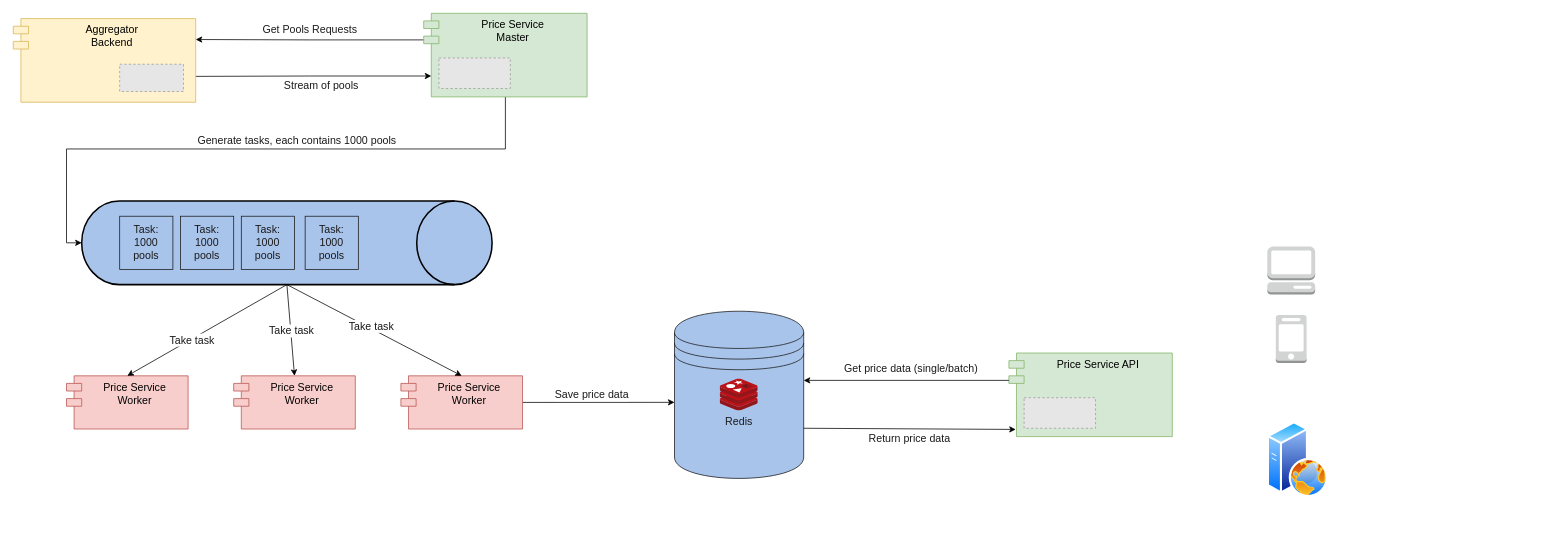
piavgh/draw.io-data keeps this draw.io diagram as Price Service Diagram.drawio. Above is the earlier version. Source tidied: cells renumbered, new cells numbered last; positions are measured from the earlier drawing's top-left corner, leaving out a move shared by most shapes. Both pictures are drawn from the tidied source at 76%, with x=0, y=0 at pixel (13, 13). Pictures stored in the file or linked from it are replaced by grey dashed boxes.
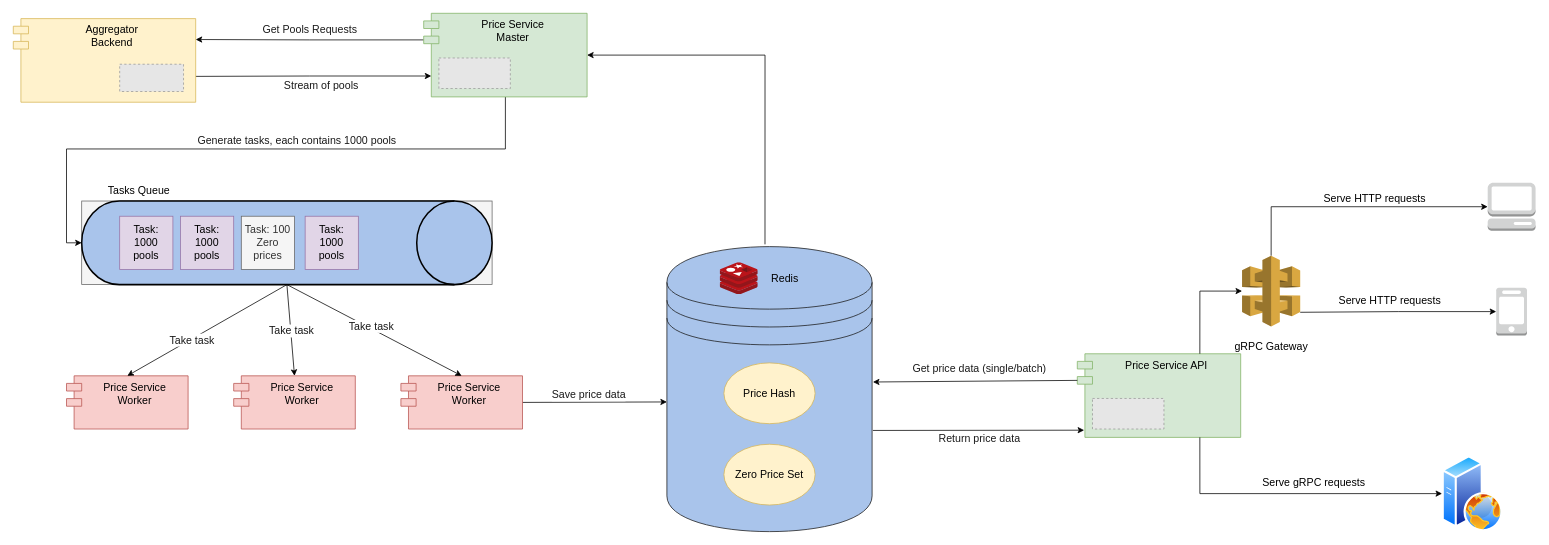
After the change.

The change refers to these unchanged cells:
```xml
<mxCell id="2" style="edgeStyle=orthogonalEdgeStyle;rounded=0;jettySize=auto;html=1;exitX=0;exitY=0;exitDx=0;exitDy=35;exitPerimeter=0;entryX=1;entryY=0.25;entryDx=0;entryDy=0;fontSize=14;fontColor=#A9C4EB;fontStyle=0;" parent="1" edge="1" source="32" target="20">
  <mxGeometry relative="1" as="geometry" />
</mxCell>
<mxCell id="32" value="Price Service&#10;Master" style="shape=module;align=left;spacingLeft=20;align=center;verticalAlign=top;fontSize=14;fontStyle=0;fillColor=#d5e8d4;strokeColor=#82b366;" parent="31" vertex="1">
  <mxGeometry width="215" height="110" as="geometry" />
</mxCell>
<mxCell id="35" value="Price Service API" style="shape=module;align=left;spacingLeft=20;align=center;verticalAlign=top;fontSize=14;fontStyle=0;fillColor=#d5e8d4;strokeColor=#82b366;" parent="34" vertex="1">
  <mxGeometry width="215" height="110" as="geometry" />
</mxCell>
```

The edit, as a diff of the source:
```diff
@@
-    <mxCell id="3" value="&lt;font color=&quot;#1a1a1a&quot;&gt;Get Pools Requests&lt;/font&gt;" style="edgeLabel;html=1;align=center;verticalAlign=middle;fontSize=14;fontColor=#A9C4EB;fontStyle=0;" parent="2" vertex="1">
+    <mxCell id="3" value="&lt;font color=&quot;#1a1a1a&quot; style=&quot;font-size: 14px;&quot;&gt;Get Pools Requests&lt;/font&gt;" style="edgeLabel;html=1;align=center;verticalAlign=middle;fontSize=14;fontColor=#A9C4EB;fontStyle=0;" parent="2" vertex="1">
       <mxGeometry x="0.4" y="2" relative="1" as="geometry">
         <mxPoint x="59" y="-15" as="offset" />
       </mxGeometry>
     </mxCell>
@@
-    <mxCell id="12" value="&lt;font color=&quot;#1a1a1a&quot;&gt;Stream of pools&lt;/font&gt;" style="edgeLabel;html=1;align=center;verticalAlign=middle;fontSize=14;fontColor=#A9C4EB;fontStyle=0;" parent="1" vertex="1">
+    <mxCell id="12" value="&lt;font color=&quot;#1a1a1a&quot; style=&quot;font-size: 14px;&quot;&gt;Stream of pools&lt;/font&gt;" style="edgeLabel;html=1;align=center;verticalAlign=middle;fontSize=14;fontColor=#A9C4EB;fontStyle=0;" parent="1" vertex="1">
       <mxGeometry x="404" y="94" as="geometry" />
     </mxCell>
-    <mxCell id="13" style="group;fontStyle=0;" parent="1" vertex="1">
+    <mxCell id="13" style="group;fontStyle=0;fillColor=#f5f5f5;fontColor=#333333;strokeColor=#666666;fontSize=14;" parent="1" vertex="1">
       <mxGeometry x="90" y="247" width="540" height="110" as="geometry" />
     </mxCell>
@@
-    <mxCell id="15" value="&lt;font&gt;Task: 1000 pools&lt;/font&gt;" style="whiteSpace=wrap;html=1;fontSize=14;fontColor=#1A1A1A;fillColor=#A9C4EB;spacingLeft=2;spacingBottom=2;spacingRight=2;spacingTop=2;strokeColor=#1A1A1A;fontStyle=0;" parent="13" vertex="1">
+    <mxCell id="15" value="&lt;font style=&quot;font-size: 14px;&quot;&gt;Task: 1000 pools&lt;/font&gt;" style="whiteSpace=wrap;html=1;fontSize=14;fillColor=#e1d5e7;spacingLeft=2;spacingBottom=2;spacingRight=2;spacingTop=2;strokeColor=#9673a6;fontStyle=0;" parent="13" vertex="1">
       <mxGeometry x="50" y="20" width="70" height="70" as="geometry" />
     </mxCell>
-    <mxCell id="16" value="&lt;font&gt;Task: 1000 pools&lt;/font&gt;" style="whiteSpace=wrap;html=1;fontSize=14;fontColor=#1A1A1A;fillColor=#A9C4EB;spacingLeft=2;spacingBottom=2;spacingRight=2;spacingTop=2;strokeColor=#1A1A1A;fontStyle=0;" parent="13" vertex="1">
+    <mxCell id="16" value="&lt;font style=&quot;font-size: 14px;&quot;&gt;Task: 1000 pools&lt;/font&gt;" style="whiteSpace=wrap;html=1;fontSize=14;fillColor=#e1d5e7;spacingLeft=2;spacingBottom=2;spacingRight=2;spacingTop=2;strokeColor=#9673a6;fontStyle=0;" parent="13" vertex="1">
       <mxGeometry x="130" y="20" width="70" height="70" as="geometry" />
     </mxCell>
-    <mxCell id="17" value="&lt;font&gt;Task: 1000 pools&lt;/font&gt;" style="whiteSpace=wrap;html=1;fontSize=14;fontColor=#1A1A1A;fillColor=#A9C4EB;spacingLeft=2;spacingBottom=2;spacingRight=2;spacingTop=2;strokeColor=#1A1A1A;fontStyle=0;" parent="13" vertex="1">
+    <mxCell id="17" value="&lt;font style=&quot;font-size: 14px;&quot;&gt;Task: 100 Zero prices&lt;/font&gt;" style="whiteSpace=wrap;html=1;fontSize=14;fontColor=#333333;fillColor=#f5f5f5;spacingLeft=2;spacingBottom=2;spacingRight=2;spacingTop=2;strokeColor=#666666;fontStyle=0;" parent="13" vertex="1">
       <mxGeometry x="210" y="20" width="70" height="70" as="geometry" />
     </mxCell>
-    <mxCell id="18" value="&lt;font&gt;Task: 1000 pools&lt;/font&gt;" style="whiteSpace=wrap;html=1;fontSize=14;fontColor=#1A1A1A;fillColor=#A9C4EB;spacingLeft=2;spacingBottom=2;spacingRight=2;spacingTop=2;strokeColor=#1A1A1A;fontStyle=0;" parent="13" vertex="1">
+    <mxCell id="18" value="&lt;font style=&quot;font-size: 14px;&quot;&gt;Task: 1000 pools&lt;/font&gt;" style="whiteSpace=wrap;html=1;fontSize=14;fillColor=#e1d5e7;spacingLeft=2;spacingBottom=2;spacingRight=2;spacingTop=2;strokeColor=#9673a6;fontStyle=0;" parent="13" vertex="1">
       <mxGeometry x="294" y="20" width="70" height="70" as="geometry" />
     </mxCell>
-    <mxCell id="19" style="group;fontStyle=0;" parent="1" vertex="1">
+    <mxCell id="19" style="group;fontStyle=0;fontSize=14;" parent="1" vertex="1">
       <mxGeometry y="7" width="240" height="110" as="geometry" />
     </mxCell>
@@
-    <mxCell id="21" style="fillColor=#E6E6E6;strokeColor=#999999;dashed=1;verticalLabelPosition=bottom;labelBackgroundColor=default;verticalAlign=top;fontStyle=0;" parent="19" vertex="1">
+    <mxCell id="21" style="fillColor=#E6E6E6;strokeColor=#999999;dashed=1;verticalLabelPosition=bottom;labelBackgroundColor=default;verticalAlign=top;fontStyle=0;fontSize=14;" parent="19" vertex="1">
       <mxGeometry x="140" y="60" width="84" height="35.9" as="geometry" />
     </mxCell>
@@
-    <mxCell id="28" style="group;" parent="1" vertex="1">
-      <mxGeometry x="870" y="392" width="170" height="220" as="geometry" />
-    </mxCell>
-    <mxCell id="29" value="Redis" style="shape=datastore;whiteSpace=wrap;html=1;fontSize=14;fontColor=#1A1A1A;strokeColor=#1A1A1A;fillColor=#A9C4EB;" parent="28" vertex="1">
-      <mxGeometry width="170" height="220" as="geometry" />
-    </mxCell>
-    <mxCell id="30" style="sketch=0;html=1;align=center;image;fontSize=12;image=img/lib/mscae/Cache_Redis_Product.svg;fontColor=#1A1A1A;strokeColor=#1A1A1A;fillColor=#A9C4EB;" parent="28" vertex="1">
-      <mxGeometry x="60" y="89" width="50" height="42" as="geometry" />
-    </mxCell>
-    <mxCell id="31" style="group;" parent="1" vertex="1">
+    <mxCell id="31" style="group;fontSize=14;" parent="1" vertex="1">
       <mxGeometry x="540" width="215" height="110" as="geometry" />
     </mxCell>
@@
-    <mxCell id="33" style="fillColor=#E6E6E6;strokeColor=#999999;dashed=1;verticalLabelPosition=bottom;labelBackgroundColor=default;verticalAlign=top;" parent="31" vertex="1">
+    <mxCell id="33" style="fillColor=#E6E6E6;strokeColor=#999999;dashed=1;verticalLabelPosition=bottom;labelBackgroundColor=default;verticalAlign=top;fontSize=14;" parent="31" vertex="1">
       <mxGeometry x="20" y="58.8" width="94" height="40.2" as="geometry" />
     </mxCell>
-    <mxCell id="34" style="group;" parent="1" vertex="1">
-      <mxGeometry x="1310" y="447" width="215" height="110" as="geometry" />
+    <mxCell id="34" style="group;fontSize=14;" parent="1" vertex="1">
+      <mxGeometry x="1400" y="448" width="215" height="110" as="geometry" />
     </mxCell>
@@
-    <mxCell id="36" style="fillColor=#E6E6E6;strokeColor=#999999;dashed=1;verticalLabelPosition=bottom;labelBackgroundColor=default;verticalAlign=top;" parent="34" vertex="1">
+    <mxCell id="36" style="fillColor=#E6E6E6;strokeColor=#999999;dashed=1;verticalLabelPosition=bottom;labelBackgroundColor=default;verticalAlign=top;fontSize=14;" parent="34" vertex="1">
       <mxGeometry x="20" y="58.8" width="94" height="40.2" as="geometry" />
     </mxCell>
-    <mxCell id="37" style="edgeStyle=none;rounded=0;orthogonalLoop=1;jettySize=auto;html=1;fontSize=14;fontColor=#1A1A1A;startArrow=none;startFill=0;endArrow=classic;endFill=1;" parent="1" edge="1">
-      <mxGeometry relative="1" as="geometry">
-        <mxPoint x="1310" y="483" as="sourcePoint" />
-        <mxPoint x="1040" y="483" as="targetPoint" />
-      </mxGeometry>
+    <mxCell id="37" style="edgeStyle=none;rounded=0;jettySize=auto;html=1;fontSize=14;fontColor=#1A1A1A;startArrow=none;startFill=0;endArrow=classic;endFill=1;exitX=0;exitY=0;exitDx=0;exitDy=35;exitPerimeter=0;entryX=1.004;entryY=0.475;entryDx=0;entryDy=0;entryPerimeter=0;" parent="1" edge="1" source="35" target="29">
+      <mxGeometry relative="1" as="geometry" />
     </mxCell>
@@
-    <mxCell id="39" style="edgeStyle=none;rounded=0;jettySize=auto;html=1;exitX=1;exitY=0.7;exitDx=0;exitDy=0;entryX=0.042;entryY=0.914;entryDx=0;entryDy=0;entryPerimeter=0;fontSize=14;fontColor=#1A1A1A;startArrow=none;startFill=0;endArrow=classic;endFill=1;" parent="1" edge="1" source="29" target="35">
+    <mxCell id="39" style="edgeStyle=none;rounded=0;jettySize=auto;html=1;exitX=1.004;exitY=0.645;exitDx=0;exitDy=0;entryX=0.042;entryY=0.914;entryDx=0;entryDy=0;entryPerimeter=0;fontSize=14;fontColor=#1A1A1A;startArrow=none;startFill=0;endArrow=classic;endFill=1;exitPerimeter=0;" parent="1" edge="1" source="29" target="35">
       <mxGeometry relative="1" as="geometry" />
     </mxCell>
     <mxCell id="40" value="Return price data" style="edgeLabel;html=1;align=center;verticalAlign=middle;fontSize=14;fontColor=#1A1A1A;" parent="1" vertex="1">
-      <mxGeometry x="1178" y="558" as="geometry" />
+      <mxGeometry x="1270" y="558" as="geometry" />
     </mxCell>
+    <mxCell id="44" style="edgeStyle=orthogonalEdgeStyle;rounded=0;jettySize=auto;html=1;entryX=0.5;entryY=0;entryDx=0;entryDy=0;entryPerimeter=0;fontSize=14;startArrow=classic;startFill=1;endArrow=none;endFill=0;" parent="1" edge="1" source="41" target="54">
+      <mxGeometry relative="1" as="geometry" />
+    </mxCell>
     <mxCell id="41" style="outlineConnect=0;dashed=0;verticalLabelPosition=bottom;verticalAlign=top;align=center;html=1;shape=mxgraph.aws3.management_console;fillColor=#D2D3D3;gradientColor=none;fontSize=14;fontColor=#1A1A1A;strokeColor=#1A1A1A;" parent="1" vertex="1">
-      <mxGeometry x="1650" y="307" width="63" height="63" as="geometry" />
+      <mxGeometry x="1940" y="223" width="63" height="63" as="geometry" />
     </mxCell>
+    <mxCell id="45" style="edgeStyle=orthogonalEdgeStyle;rounded=0;jettySize=auto;html=1;entryX=1;entryY=0.8;entryDx=0;entryDy=0;entryPerimeter=0;fontSize=14;startArrow=classic;startFill=1;endArrow=none;endFill=0;" parent="1" edge="1" source="42" target="54">
+      <mxGeometry relative="1" as="geometry" />
+    </mxCell>
     <mxCell id="42" style="outlineConnect=0;dashed=0;verticalLabelPosition=bottom;verticalAlign=top;align=center;html=1;shape=mxgraph.aws3.mobile_client;fillColor=#D2D3D3;gradientColor=none;fontSize=14;fontColor=#1A1A1A;strokeColor=#1A1A1A;" parent="1" vertex="1">
-      <mxGeometry x="1661.2" y="397" width="40.5" height="63" as="geometry" />
+      <mxGeometry x="1951.2" y="361" width="40.5" height="63" as="geometry" />
     </mxCell>
+    <mxCell id="46" style="edgeStyle=orthogonalEdgeStyle;rounded=0;jettySize=auto;html=1;entryX=0.75;entryY=1;entryDx=0;entryDy=0;fontSize=14;startArrow=classic;startFill=1;endArrow=none;endFill=0;" parent="1" edge="1" source="43" target="35">
+      <mxGeometry relative="1" as="geometry" />
+    </mxCell>
+    <mxCell id="47" value="Serve gRPC requests" style="edgeLabel;html=1;align=center;verticalAlign=middle;fontSize=14;" parent="46" vertex="1">
+      <mxGeometry x="0.2" y="-3" relative="1" as="geometry">
+        <mxPoint x="66" y="-12" as="offset" />
+      </mxGeometry>
+    </mxCell>
     <mxCell id="43" style="perimeter=ellipsePerimeter;html=1;align=center;shadow=0;dashed=0;spacingTop=3;image;image=img/lib/active_directory/web_server.svg;fontSize=14;fontColor=#1A1A1A;strokeColor=#1A1A1A;fillColor=#A9C4EB;" parent="1" vertex="1">
-      <mxGeometry x="1650" y="537" width="80" height="100" as="geometry" />
+      <mxGeometry x="1880" y="582" width="80" height="100" as="geometry" />
     </mxCell>
+    <mxCell id="29" style="shape=datastore;whiteSpace=wrap;html=1;fontSize=14;fontColor=#1A1A1A;strokeColor=#1A1A1A;fillColor=#A9C4EB;" parent="1" vertex="1">
+      <mxGeometry x="860" y="307" width="270" height="375" as="geometry" />
+    </mxCell>
+    <mxCell id="30" style="sketch=0;html=1;align=center;image;fontSize=14;image=img/lib/mscae/Cache_Redis_Product.svg;fontColor=#1A1A1A;strokeColor=#1A1A1A;fillColor=#A9C4EB;" parent="1" vertex="1">
+      <mxGeometry x="930" y="328" width="50" height="42" as="geometry" />
+    </mxCell>
+    <mxCell id="48" value="Redis" style="text;html=1;align=center;verticalAlign=middle;strokeColor=none;fillColor=none;fontSize=14;" parent="1" vertex="1">
+      <mxGeometry x="990" y="339" width="50" height="20" as="geometry" />
+    </mxCell>
+    <mxCell id="49" value="Price Hash" style="ellipse;whiteSpace=wrap;html=1;fillColor=#fff2cc;strokeColor=#d6b656;fontSize=14;" parent="1" vertex="1">
+      <mxGeometry x="935" y="460" width="120" height="80" as="geometry" />
+    </mxCell>
+    <mxCell id="50" value="Zero Price Set" style="ellipse;whiteSpace=wrap;html=1;fillColor=#fff2cc;strokeColor=#d6b656;fontSize=14;" parent="1" vertex="1">
+      <mxGeometry x="935" y="567" width="120" height="80" as="geometry" />
+    </mxCell>
+    <mxCell id="51" style="edgeStyle=orthogonalEdgeStyle;rounded=0;jettySize=auto;html=1;exitX=1;exitY=0.5;exitDx=0;exitDy=0;entryX=0.478;entryY=-0.008;entryDx=0;entryDy=0;entryPerimeter=0;startArrow=classic;startFill=1;endArrow=none;endFill=0;fontSize=14;" parent="1" edge="1" source="32" target="29">
+      <mxGeometry relative="1" as="geometry" />
+    </mxCell>
+    <mxCell id="52" value="Tasks Queue" style="text;html=1;align=center;verticalAlign=middle;strokeColor=none;fillColor=none;fontSize=14;" parent="1" vertex="1">
+      <mxGeometry x="115" y="223" width="100" height="20" as="geometry" />
+    </mxCell>
+    <mxCell id="53" style="group;" parent="1" vertex="1">
+      <mxGeometry x="1600" y="319" width="110" height="129" as="geometry" />
+    </mxCell>
+    <mxCell id="54" style="outlineConnect=0;dashed=0;verticalLabelPosition=bottom;verticalAlign=top;align=center;html=1;shape=mxgraph.aws3.api_gateway;fillColor=#D9A741;gradientColor=none;fontSize=14;" parent="53" vertex="1">
+      <mxGeometry x="16.8" width="76.5" height="93" as="geometry" />
+    </mxCell>
+    <mxCell id="55" value="gRPC Gateway" style="text;html=1;align=center;verticalAlign=middle;strokeColor=none;fillColor=none;fontSize=14;" parent="53" vertex="1">
+      <mxGeometry y="109" width="110" height="20" as="geometry" />
+    </mxCell>
+    <mxCell id="56" style="edgeStyle=orthogonalEdgeStyle;rounded=0;jettySize=auto;html=1;entryX=0.75;entryY=0;entryDx=0;entryDy=0;fontSize=14;startArrow=classic;startFill=1;endArrow=none;endFill=0;" parent="1" edge="1" source="54" target="35">
+      <mxGeometry relative="1" as="geometry" />
+    </mxCell>
+    <mxCell id="57" value="Serve HTTP requests" style="edgeLabel;html=1;align=center;verticalAlign=middle;fontSize=14;" parent="56" vertex="1">
+      <mxGeometry x="-0.01" y="1" relative="1" as="geometry">
+        <mxPoint x="228" y="-135" as="offset" />
+      </mxGeometry>
+    </mxCell>
+    <mxCell id="58" value="Serve HTTP requests" style="edgeLabel;html=1;align=center;verticalAlign=middle;fontSize=14;" parent="1" vertex="1">
+      <mxGeometry x="1810" y="377" as="geometry" />
+    </mxCell>
```
